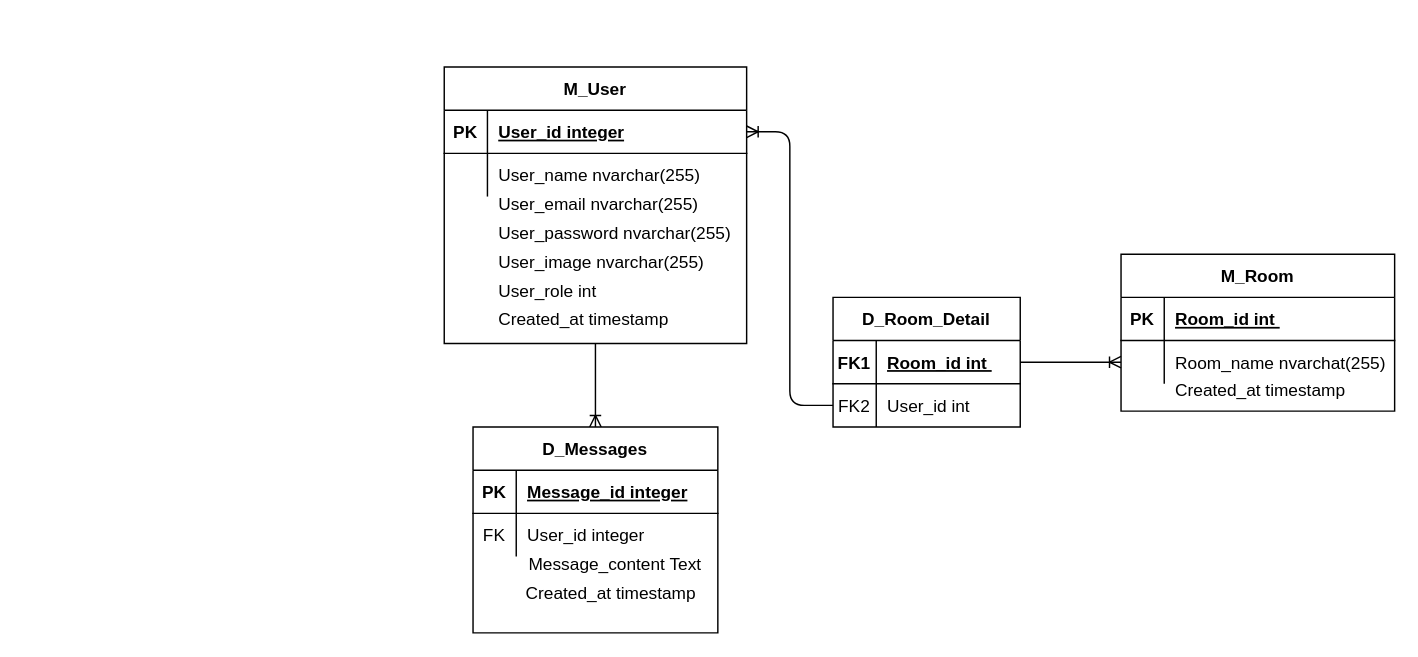
This is Untitled Diagram.drawio from lqdoan0211/thnnBLU, a draw.io file, before an edit. Source tidied: cells renumbered, new cells numbered last; positions are measured from the earlier drawing's top-left corner, leaving out a move shared by most shapes. Both pictures are drawn from the tidied source at 144%, with x=0, y=0 at pixel (444, 66).
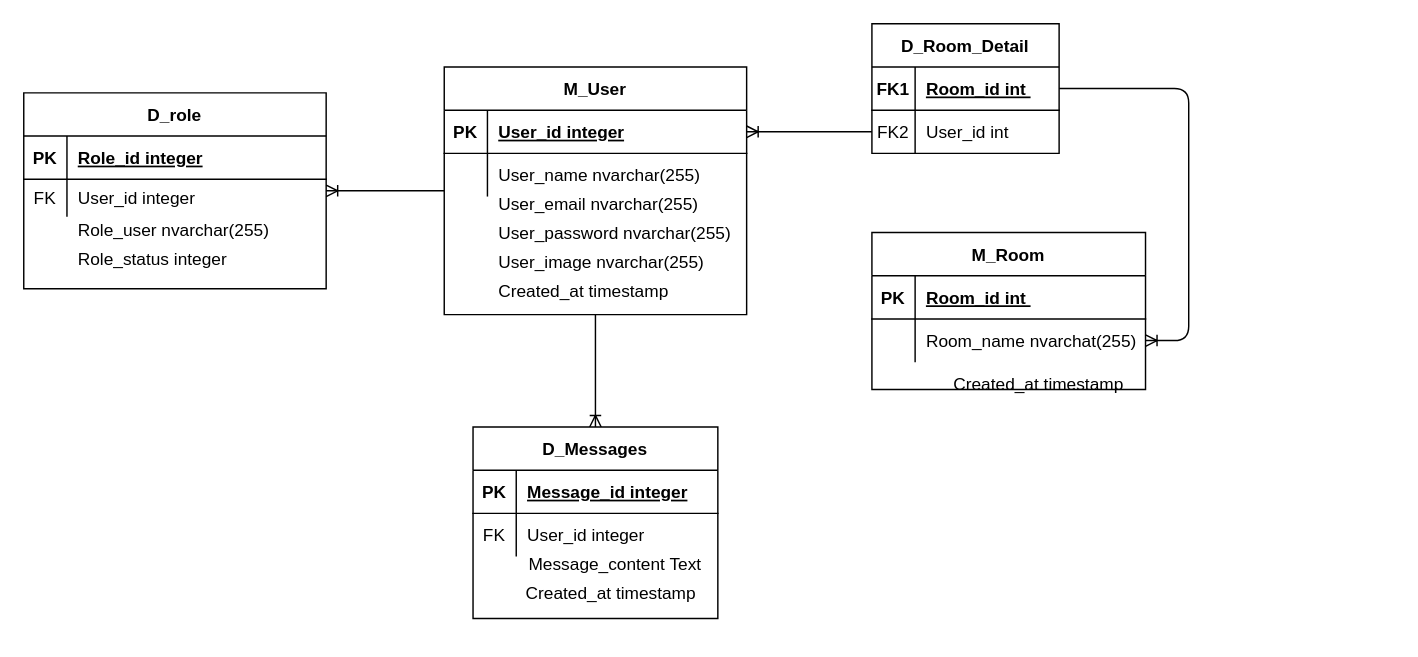
The same diagram, later.

Change to the diagram source:
```diff
@@
     <mxCell id="4" value="D_Room_Detail" style="shape=table;startSize=30;childLayout=tableLayout;rowLines=0;fontStyle=1;align=center;" parent="1" vertex="1">
-      <mxGeometry x="270" y="160" width="130" height="90" as="geometry" />
+      <mxGeometry x="297" y="-30" width="130" height="90" as="geometry" />
     </mxCell>
@@
     <mxCell id="11" value="M_Room" style="shape=table;startSize=30;childLayout=tableLayout;rowLines=0;fontStyle=1;align=center;" parent="1" vertex="1">
-      <mxGeometry x="470" y="130" width="190" height="109" as="geometry" />
+      <mxGeometry x="297" y="115" width="190" height="109" as="geometry" />
     </mxCell>
@@
+    <mxCell id="43" style="edgeStyle=orthogonalEdgeStyle;rounded=0;jettySize=auto;html=1;startArrow=none;startFill=0;endArrow=ERoneToMany;endFill=0;" parent="1" edge="1" source="19" target="44">
+      <mxGeometry relative="1" as="geometry" />
+    </mxCell>
     <mxCell id="19" value="M_User" style="shape=table;startSize=30;childLayout=tableLayout;rowLines=0;fontStyle=1;align=center;" parent="1" vertex="1">
-      <mxGeometry width="210" height="192" as="geometry" />
+      <mxGeometry width="210" height="172" as="geometry" />
     </mxCell>
@@
-    <mxCell id="29" value="User_role int " style="shape=partialRectangle;overflow=hidden;fillColor=none;top=0;left=0;bottom=0;right=0;align=left;spacingLeft=6;" parent="1" vertex="1">
-      <mxGeometry x="30" y="140" width="220" height="30" as="geometry" />
-    </mxCell>
     <mxCell id="30" value="D_Messages" style="shape=table;startSize=30;childLayout=tableLayout;rowLines=0;fontStyle=1;align=center;" parent="1" vertex="1">
-      <mxGeometry x="20" y="250" width="170" height="143" as="geometry" />
+      <mxGeometry x="20" y="250" width="170" height="133" as="geometry" />
     </mxCell>
@@
     <mxCell id="41" value="Created_at timestamp                                     " style="shape=partialRectangle;overflow=hidden;fillColor=none;top=0;left=0;bottom=0;right=0;align=left;spacingLeft=6;" parent="1" vertex="1">
-      <mxGeometry x="30" y="160" width="140" height="30" as="geometry" />
+      <mxGeometry x="30" y="140" width="140" height="30" as="geometry" />
     </mxCell>
     <mxCell id="42" value="Created_at timestamp                                     " style="shape=partialRectangle;overflow=hidden;fillColor=none;top=0;left=0;bottom=0;right=0;align=left;spacingLeft=6;" parent="1" vertex="1">
-      <mxGeometry x="500" y="209" width="140" height="30" as="geometry" />
+      <mxGeometry x="346" y="205" width="140" height="30" as="geometry" />
     </mxCell>
+    <mxCell id="44" value="D_role" style="shape=table;startSize=30;childLayout=tableLayout;rowLines=0;fontStyle=1;align=center;" parent="1" vertex="1">
+      <mxGeometry x="-292" y="18" width="210" height="136" as="geometry" />
+    </mxCell>
+    <mxCell id="45" style="shape=partialRectangle;fillColor=none;top=0;left=0;right=0;bottom=1;" parent="44" vertex="1">
+      <mxGeometry y="30" width="210" height="30" as="geometry" />
+    </mxCell>
+    <mxCell id="46" value="PK" style="shape=partialRectangle;overflow=hidden;fillColor=none;top=0;left=0;bottom=0;right=0;fontStyle=1;" parent="45" vertex="1">
+      <mxGeometry width="30" height="30" as="geometry" />
+    </mxCell>
+    <mxCell id="47" value="Role_id integer" style="shape=partialRectangle;overflow=hidden;fillColor=none;top=0;left=0;bottom=0;right=0;align=left;spacingLeft=6;fontStyle=5;" parent="45" vertex="1">
+      <mxGeometry x="30" width="180" height="30" as="geometry" />
+    </mxCell>
+    <mxCell id="48" style="shape=partialRectangle;fillColor=none;top=0;left=0;right=0;bottom=0;" parent="44" vertex="1">
+      <mxGeometry y="60" width="210" height="26" as="geometry" />
+    </mxCell>
+    <mxCell id="49" value="FK" style="shape=partialRectangle;overflow=hidden;fillColor=none;top=0;left=0;bottom=0;right=0;" parent="48" vertex="1">
+      <mxGeometry width="30" height="26" as="geometry" />
+    </mxCell>
+    <mxCell id="50" value="User_id integer" style="shape=partialRectangle;overflow=hidden;fillColor=none;top=0;left=0;bottom=0;right=0;align=left;spacingLeft=6;" parent="48" vertex="1">
+      <mxGeometry x="30" width="180" height="26" as="geometry" />
+    </mxCell>
+    <mxCell id="51" value="Role_user nvarchar(255)" style="shape=partialRectangle;overflow=hidden;fillColor=none;top=0;left=0;bottom=0;right=0;align=left;spacingLeft=6;" parent="1" vertex="1">
+      <mxGeometry x="-262" y="100" width="180" height="26" as="geometry" />
+    </mxCell>
+    <mxCell id="52" value="Role_status integer" style="shape=partialRectangle;overflow=hidden;fillColor=none;top=0;left=0;bottom=0;right=0;align=left;spacingLeft=6;" parent="1" vertex="1">
+      <mxGeometry x="-262" y="120" width="180" height="26" as="geometry" />
+    </mxCell>
```
